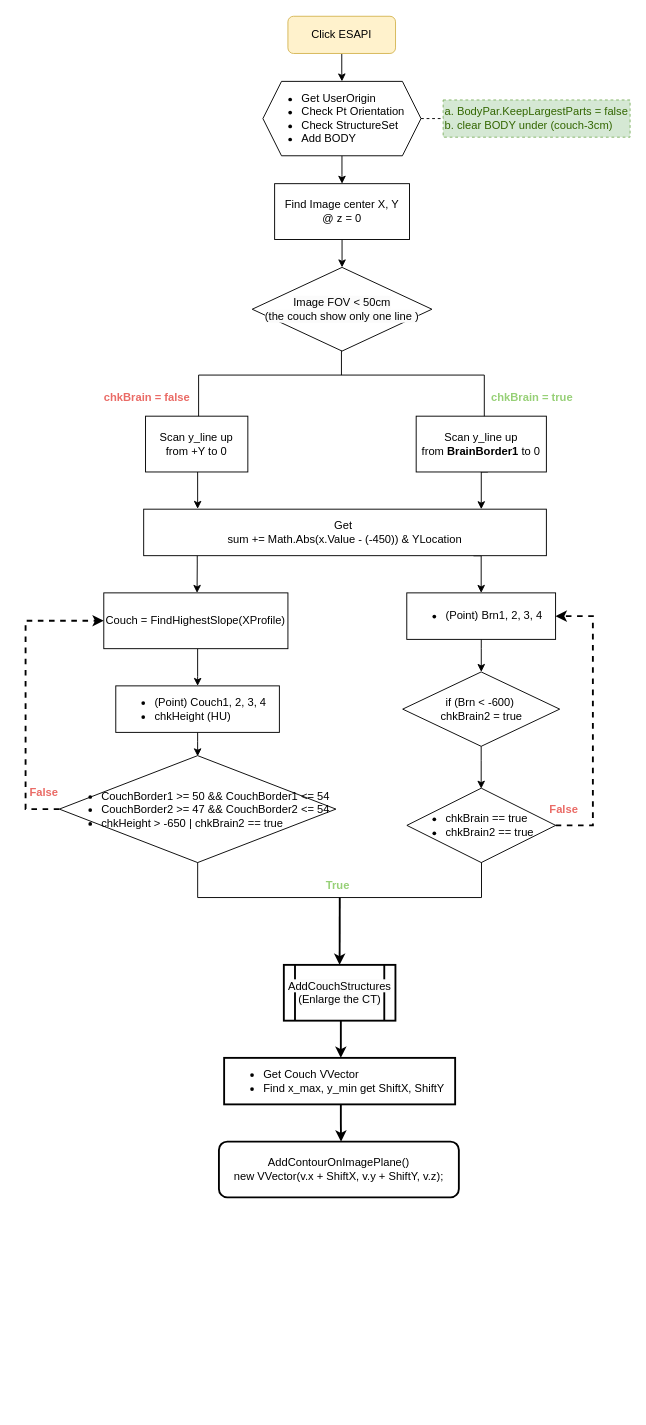
The draw.io diagram CouchPhoton_Process.drawio in eatingwu1009/CouchInsert, before the edit. Source tidied: cells renumbered, new cells numbered last; positions are measured from the earlier drawing's top-left corner, leaving out a move shared by most shapes. Both pictures are drawn from the tidied source at 93%, with x=0, y=0 at pixel (16, 16).
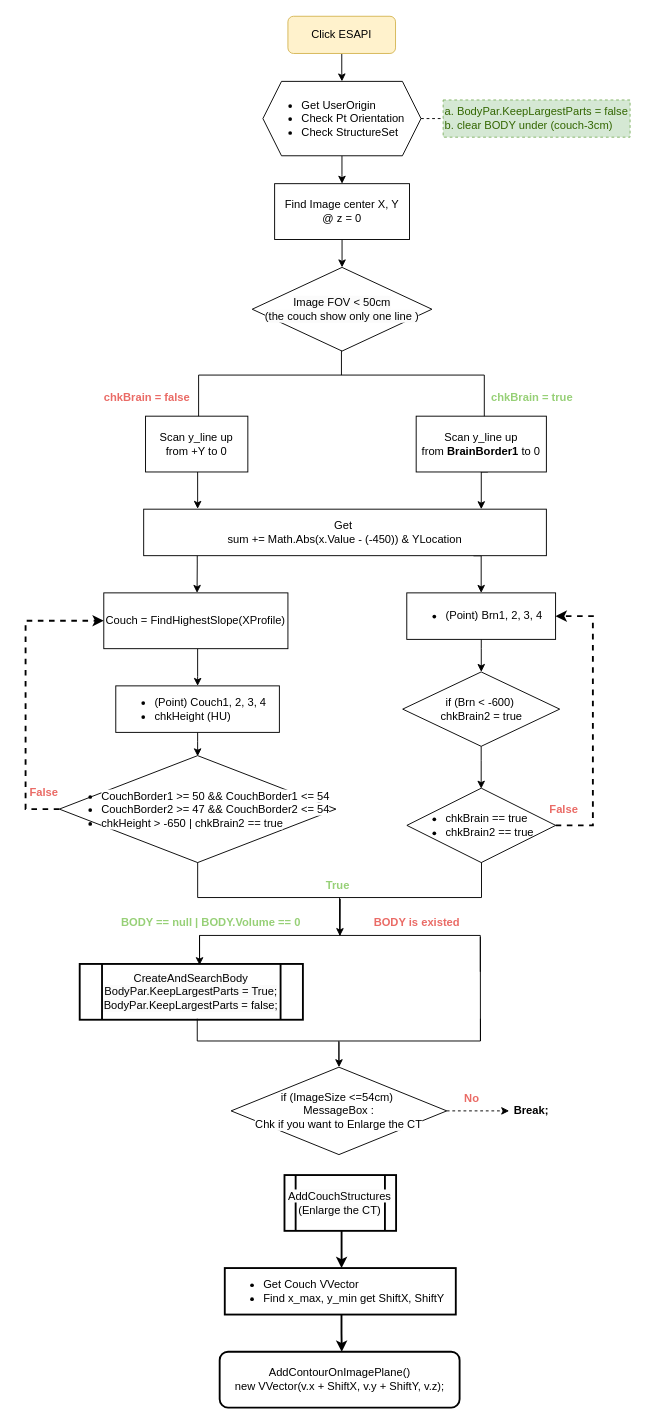
Above is the later version.

The change refers to these unchanged cells:
```xml
<mxCell id="38" value="True" style="text;html=1;strokeColor=none;fillColor=none;align=center;verticalAlign=middle;whiteSpace=wrap;rounded=0;fontColor=#97D077;fontStyle=1;" parent="1" vertex="1">
  <mxGeometry x="315.9" y="920" width="60" height="30" as="geometry" />
</mxCell>
```

The edit, as a diff of the source:
```diff
@@
-    <mxCell id="3" value="&lt;ul&gt;&lt;li&gt;Get UserOrigin&lt;/li&gt;&lt;li style=&quot;&quot;&gt;Check Pt Orientation&lt;/li&gt;&lt;li style=&quot;&quot;&gt;Check StructureSet&lt;/li&gt;&lt;li style=&quot;&quot;&gt;Add BODY&amp;nbsp;&lt;/li&gt;&lt;/ul&gt;" style="shape=hexagon;perimeter=hexagonPerimeter2;whiteSpace=wrap;html=1;fixedSize=1;align=left;" parent="1" vertex="1">
+    <mxCell id="3" value="&lt;ul&gt;&lt;li&gt;Get UserOrigin&lt;/li&gt;&lt;li style=&quot;&quot;&gt;Check Pt Orientation&lt;/li&gt;&lt;li style=&quot;&quot;&gt;Check StructureSet&amp;nbsp;&lt;/li&gt;&lt;/ul&gt;" style="shape=hexagon;perimeter=hexagonPerimeter2;whiteSpace=wrap;html=1;fixedSize=1;align=left;" parent="1" vertex="1">
       <mxGeometry x="265.2" y="70" width="170" height="80" as="geometry" />
     </mxCell>
@@
-    <mxCell id="25" value="&lt;div style=&quot;text-align: left;&quot;&gt;&lt;ul&gt;&lt;li&gt;&lt;span style=&quot;background-color: initial;&quot;&gt;CouchBorder1 &amp;gt;= 50 &amp;amp;&amp;amp; CouchBorder1 &amp;lt;= 54&lt;/span&gt;&lt;/li&gt;&lt;li&gt;&lt;span style=&quot;background-color: initial;&quot;&gt;CouchBorder2 &amp;gt;= 47 &amp;amp;&amp;amp; CouchBorder2 &amp;lt;= 54&lt;br&gt;&lt;/span&gt;&lt;/li&gt;&lt;li&gt;&lt;span style=&quot;background-color: initial;&quot;&gt;chkHeight &amp;gt; -650 | chkBrain2 == true&lt;/span&gt;&lt;/li&gt;&lt;/ul&gt;&lt;/div&gt;" style="rhombus;whiteSpace=wrap;html=1;rounded=0;" parent="1" vertex="1">
+    <mxCell id="25" value="&lt;div style=&quot;text-align: left;&quot;&gt;&lt;ul&gt;&lt;li&gt;&lt;span style=&quot;background-color: rgb(255, 255, 255);&quot;&gt;CouchBorder1 &amp;gt;= 50 &amp;amp;&amp;amp; CouchBorder1 &amp;lt;= 54&lt;/span&gt;&lt;/li&gt;&lt;li&gt;&lt;span style=&quot;background-color: rgb(255, 255, 255);&quot;&gt;CouchBorder2 &amp;gt;= 47 &amp;amp;&amp;amp; CouchBorder2 &amp;lt;= 54&lt;br&gt;&lt;/span&gt;&lt;/li&gt;&lt;li&gt;&lt;span style=&quot;background-color: rgb(255, 255, 255);&quot;&gt;chkHeight &amp;gt; -650 | chkBrain2 == true&lt;/span&gt;&lt;/li&gt;&lt;/ul&gt;&lt;/div&gt;" style="rhombus;whiteSpace=wrap;html=1;rounded=0;" parent="1" vertex="1">
       <mxGeometry x="46.3" y="795" width="297.4" height="115" as="geometry" />
     </mxCell>
     <mxCell id="26" style="edgeStyle=orthogonalEdgeStyle;rounded=0;orthogonalLoop=1;jettySize=auto;html=1;strokeWidth=2;" parent="1" edge="1">
       <mxGeometry relative="1" as="geometry">
-        <mxPoint x="345.1" y="1075" as="sourcePoint" />
-        <mxPoint x="349" y="1120" as="targetPoint" />
+        <mxPoint x="345.9" y="1301" as="sourcePoint" />
+        <mxPoint x="349.8" y="1346" as="targetPoint" />
         <Array as="points">
-          <mxPoint x="349" y="1075" />
+          <mxPoint x="349.8" y="1301" />
         </Array>
       </mxGeometry>
     </mxCell>
@@
-    <mxCell id="31" style="endArrow=classic;html=1;rounded=0;exitX=0.532;exitY=0.924;exitDx=0;exitDy=0;exitPerimeter=0;entryX=0.5;entryY=0;entryDx=0;entryDy=0;strokeWidth=2;" parent="1" edge="1" source="38">
-      <mxGeometry relative="1" as="geometry">
-        <mxPoint x="347.7" y="1020" as="targetPoint" />
-      </mxGeometry>
-    </mxCell>
     <mxCell id="32" style="edgeStyle=orthogonalEdgeStyle;rounded=0;orthogonalLoop=1;jettySize=auto;html=1;entryX=0.493;entryY=0.002;entryDx=0;entryDy=0;entryPerimeter=0;strokeWidth=2;" parent="1" edge="1">
       <mxGeometry relative="1" as="geometry">
-        <mxPoint x="349" y="1170" as="sourcePoint" />
-        <mxPoint x="349.2" y="1210.1" as="targetPoint" />
+        <mxPoint x="349.7" y="1396" as="sourcePoint" />
+        <mxPoint x="350" y="1436.1" as="targetPoint" />
         <Array as="points">
-          <mxPoint x="349" y="1190" />
-          <mxPoint x="349" y="1190" />
+          <mxPoint x="349.8" y="1416" />
+          <mxPoint x="349.8" y="1416" />
         </Array>
       </mxGeometry>
     </mxCell>
     <mxCell id="33" value="&lt;ul&gt;&lt;li style=&quot;&quot;&gt;Get Couch VVector&lt;/li&gt;&lt;li style=&quot;&quot;&gt;Find x_max, y_min get ShiftX, ShiftY&lt;/li&gt;&lt;/ul&gt;" style="rounded=0;whiteSpace=wrap;html=1;align=left;strokeWidth=2;" parent="1" vertex="1">
-      <mxGeometry x="223.5" y="1120" width="248.4" height="50" as="geometry" />
+      <mxGeometry x="224.2" y="1346" width="248.4" height="50" as="geometry" />
     </mxCell>
     <mxCell id="34" value="&lt;span style=&quot;color: rgb(0, 0, 0); font-family: Helvetica; font-size: 12px; font-style: normal; font-variant-ligatures: normal; font-variant-caps: normal; font-weight: 400; letter-spacing: normal; orphans: 2; text-align: center; text-indent: 0px; text-transform: none; widows: 2; word-spacing: 0px; -webkit-text-stroke-width: 0px; background-color: rgb(251, 251, 251); text-decoration-thickness: initial; text-decoration-style: initial; text-decoration-color: initial; float: none; display: inline !important;&quot;&gt;AddCouchStructures&lt;br&gt;(Enlarge the CT)&lt;br&gt;&lt;/span&gt;" style="shape=process;whiteSpace=wrap;html=1;backgroundOutline=1;strokeWidth=2;" parent="1" vertex="1">
-      <mxGeometry x="287.7" y="1020" width="120" height="60" as="geometry" />
+      <mxGeometry x="288.4" y="1246" width="120" height="60" as="geometry" />
     </mxCell>
     <mxCell id="35" value="AddContourOnImagePlane() &lt;br&gt;new VVector(v.x + ShiftX, v.y + ShiftY, v.z);" style="rounded=1;whiteSpace=wrap;html=1;strokeWidth=2;" parent="1" vertex="1">
-      <mxGeometry x="217.9" y="1210" width="258" height="60" as="geometry" />
+      <mxGeometry x="218.7" y="1436" width="258" height="60" as="geometry" />
     </mxCell>
@@
+    <mxCell id="43" style="strokeWidth=1;html=1;shape=mxgraph.flowchart.annotation_2;align=left;labelPosition=right;rotation=90;" parent="1" vertex="1">
+      <mxGeometry x="308.9" y="837.4" width="78.2" height="301.9" as="geometry" />
+    </mxCell>
+    <mxCell id="44" value="BODY == null | BODY.Volume == 0" style="text;html=1;strokeColor=none;fillColor=none;align=center;verticalAlign=middle;whiteSpace=wrap;rounded=0;fontColor=#97D077;fontStyle=1;" parent="1" vertex="1">
+      <mxGeometry x="89" y="960" width="241" height="30" as="geometry" />
+    </mxCell>
+    <mxCell id="45" value="BODY is existed" style="text;html=1;strokeColor=none;fillColor=none;align=center;verticalAlign=middle;whiteSpace=wrap;rounded=0;fontColor=#EA6B66;fontStyle=1;" parent="1" vertex="1">
+      <mxGeometry x="375.9" y="960" width="110.1" height="30" as="geometry" />
+    </mxCell>
+    <mxCell id="46" style="endArrow=classic;html=1;rounded=0;" parent="1" edge="1">
+      <mxGeometry relative="1" as="geometry">
+        <mxPoint x="348.2" y="949" as="sourcePoint" />
+        <mxPoint x="348" y="989" as="targetPoint" />
+      </mxGeometry>
+    </mxCell>
+    <mxCell id="47" value="&lt;span style=&quot;orphans: 2; text-align: center; text-indent: 0px; widows: 2; background-color: rgb(251, 251, 251); text-decoration-thickness: initial; text-decoration-style: initial; text-decoration-color: initial; float: none; display: inline !important;&quot;&gt;CreateAndSearchBody&lt;br&gt;BodyPar.KeepLargestParts = True;&lt;br&gt;BodyPar.KeepLargestParts = false;&lt;br&gt;&lt;/span&gt;" style="shape=process;whiteSpace=wrap;html=1;backgroundOutline=1;strokeWidth=2;" parent="1" vertex="1">
+      <mxGeometry x="68.2" y="1019" width="240" height="60" as="geometry" />
+    </mxCell>
+    <mxCell id="48" style="endArrow=classic;html=1;rounded=0;exitX=0.5;exitY=1;exitDx=0;exitDy=0;exitPerimeter=0;entryX=0.537;entryY=0.021;entryDx=0;entryDy=0;entryPerimeter=0;" parent="1" edge="1" source="43" target="47">
+      <mxGeometry relative="1" as="geometry" />
+    </mxCell>
+    <mxCell id="49" style="strokeWidth=1;html=1;shape=mxgraph.flowchart.annotation_2;align=left;labelPosition=right;rotation=-90;" parent="1" vertex="1">
+      <mxGeometry x="322.9" y="949.6" width="47.9" height="304.5" as="geometry" />
+    </mxCell>
+    <mxCell id="50" style="endArrow=none;html=1;rounded=0;exitX=0.5;exitY=1;exitDx=0;exitDy=0;exitPerimeter=0;" parent="1" edge="1" source="49">
+      <mxGeometry relative="1" as="geometry">
+        <mxPoint x="499" y="990" as="targetPoint" />
+      </mxGeometry>
+    </mxCell>
+    <mxCell id="51" value="&lt;span style=&quot;background-color: rgb(255, 255, 255);&quot;&gt;if (ImageSize &amp;lt;=54cm)&amp;nbsp; &lt;br&gt;MessageBox : &lt;br&gt;Chk if you want to Enlarge the CT&lt;/span&gt;" style="rhombus;whiteSpace=wrap;html=1;align=center;rounded=0;verticalAlign=middle;" parent="1" vertex="1">
+      <mxGeometry x="231" y="1130" width="231.9" height="94" as="geometry" />
+    </mxCell>
+    <mxCell id="52" style="endArrow=classic;html=1;rounded=0;exitX=1;exitY=0.5;exitDx=0;exitDy=0;dashed=1;" parent="1" edge="1">
+      <mxGeometry relative="1" as="geometry">
+        <mxPoint x="462.9" y="1177" as="sourcePoint" />
+        <mxPoint x="530" y="1177" as="targetPoint" />
+      </mxGeometry>
+    </mxCell>
+    <mxCell id="53" value="No" style="text;html=1;strokeColor=none;fillColor=none;align=center;verticalAlign=middle;whiteSpace=wrap;rounded=0;fontColor=#EA6B66;fontStyle=1;" parent="1" vertex="1">
+      <mxGeometry x="460" y="1149.2" width="60" height="30" as="geometry" />
+    </mxCell>
+    <mxCell id="54" value="&lt;font color=&quot;#000000&quot;&gt;Break;&lt;/font&gt;" style="text;html=1;strokeColor=none;fillColor=none;align=center;verticalAlign=middle;whiteSpace=wrap;rounded=0;fontColor=#EA6B66;fontStyle=1;" parent="1" vertex="1">
+      <mxGeometry x="524.2" y="1162" width="60" height="30" as="geometry" />
+    </mxCell>
+    <mxCell id="55" style="endArrow=classic;html=1;rounded=0;" parent="1" edge="1">
+      <mxGeometry relative="1" as="geometry">
+        <mxPoint x="347" y="1103" as="sourcePoint" />
+        <mxPoint x="347" y="1130" as="targetPoint" />
+      </mxGeometry>
+    </mxCell>
```
